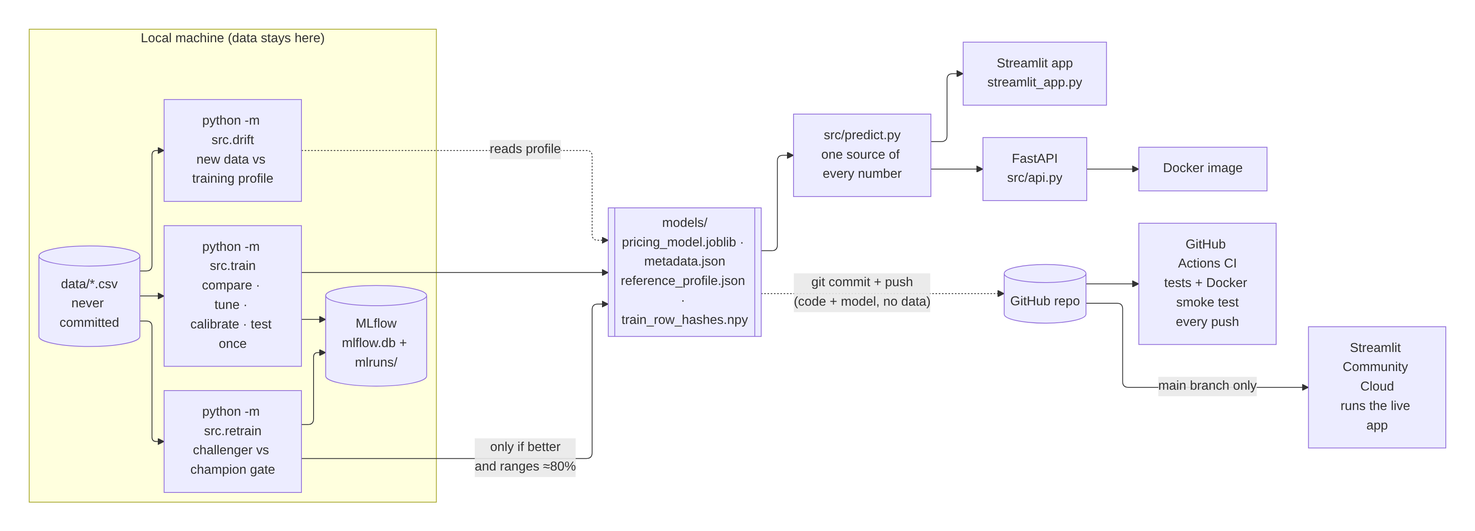
The Mermaid diagram docs/architecture.png in Kaushik075/used-car-pricing-engine, before a commit. Its source is kept beside it as docs/architecture.mmd.
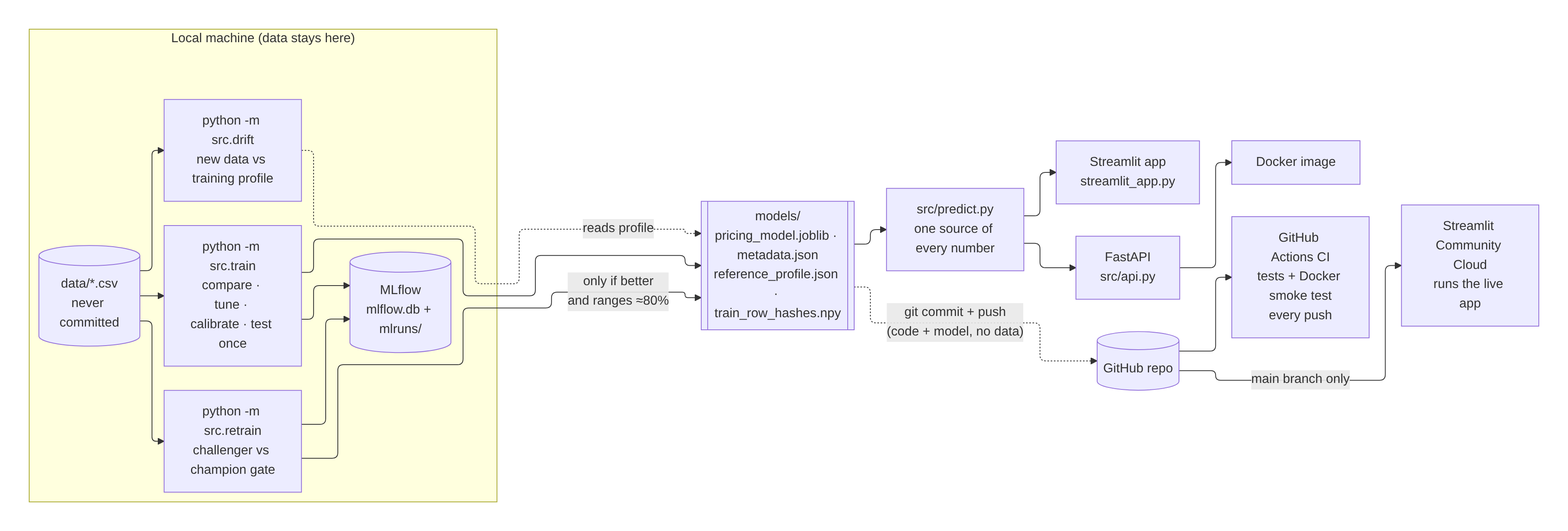
The same diagram one commit later.

Commit message:
Diagram: final layout

Change to the diagram source:
```diff
@@ -2,7 +2,7 @@
 config:
   layout: elk
   elk:
-    nodePlacementStrategy: NETWORK_SIMPLEX
+    nodePlacementStrategy: SIMPLE
   flowchart:
     wrappingWidth: 110
 ---
```
